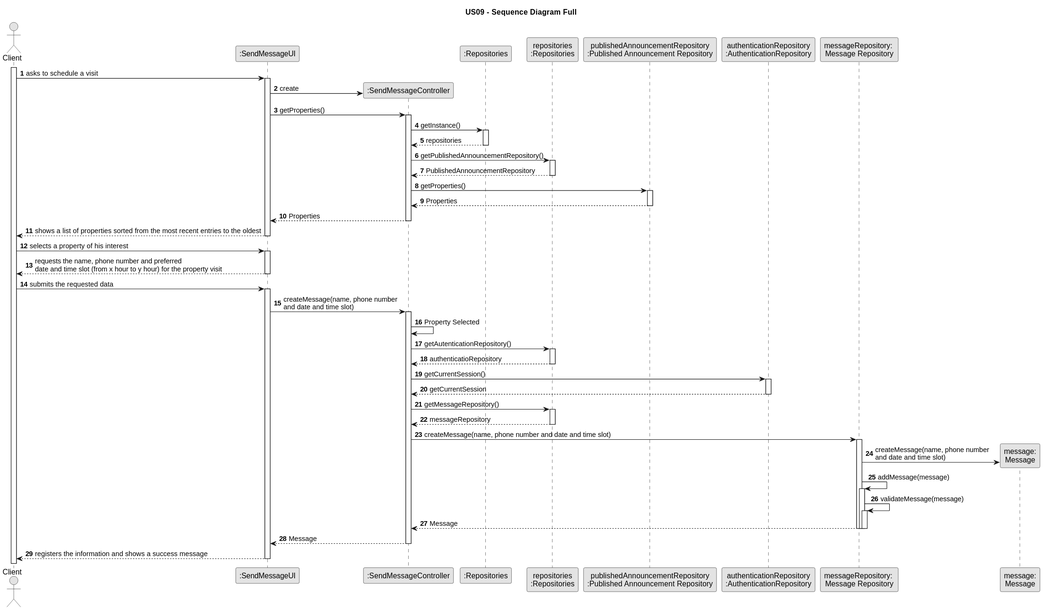
Above: docs/sprintC/US09/03.design/svg/us09-sequence-diagram-full.svg in PureNimble/ISEP-LAPR2 (PlantUML), before the change.
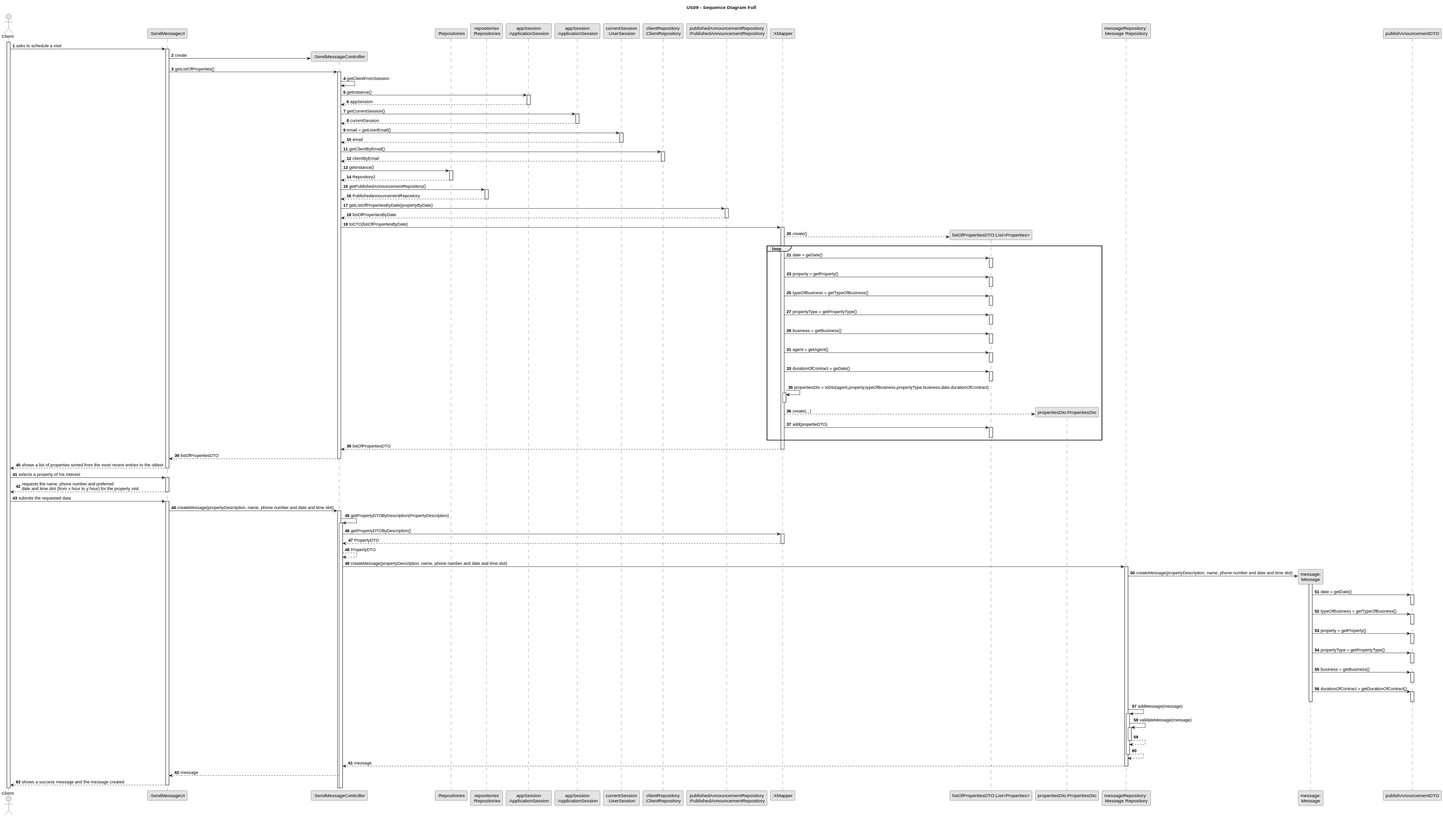
The same diagram one commit later.

The edit, as a diff of the source:
```diff
@@ -12,10 +12,17 @@
 participant ":SendMessageController" as CTRL
 participant ":Repositories" as Repository
 participant "repositories\n:Repositories" as Repository2
-participant "publishedAnnouncementRepository\n:Published Announcement Repository" as publishedAnnouncementRepository
-participant "authenticationRepository\n:AuthenticationRepository" as AuthenticationRepository
+participant "appSession\n:ApplicationSession" as app
+participant "appSession\n:ApplicationSession" as App
+participant "currentSession\n:UserSession" as User
+participant "clientRepository\n:ClientRepository" as ClientRepository
+participant "publishedAnnouncementRepository\n:PublishedAnnouncementRepository" as publish
+participant ":XMapper" as XMapper
+participant "listOfPropertiesDTO:List<Properties>" as listProperties
+participant "propertiesDto:PropertiesDto" as PropertiesDto
 participant "messageRepository: \nMessage Repository" as messageRepository
 participant "message:\nMessage" as message
+
 
 autonumber
 
@@ -26,94 +33,192 @@
 
         UI -> CTRL** : create
 
-
-        UI -> CTRL : getProperties()
+        UI -> CTRL : getListOfProperties()
             activate CTRL
 
-            CTRL -> Repository : getInstance()
-                            activate Repository
+            CTRL -> CTRL: getClientFromSession
 
-                        Repository --> CTRL : repositories
-                            deactivate Repository
+            CTRL -> app: getInstance()
+            activate app
 
+            app --> CTRL:appSession
+            deactivate app
 
-            CTRL -> Repository2 : getPublishedAnnouncementRepository()
-                activate Repository2
+            CTRL -> App :getCurrentSession()
+            activate App
 
-            Repository2 --> CTRL : PublishedAnnouncementRepository
-                deactivate Repository2
+            App --> CTRL:currentSession
+            deactivate App
 
-            CTRL -> publishedAnnouncementRepository : getProperties()
+            CTRL -> User :email = getUserEmail()
+            activate User
 
-                activate publishedAnnouncementRepository
+            User --> CTRL:email
+            deactivate User
 
-            publishedAnnouncementRepository --> CTRL : Properties
+            CTRL ->ClientRepository:getClientByEmail()
+            activate ClientRepository
 
-                deactivate publishedAnnouncementRepository
-
-        CTRL --> UI : Properties
-
-            deactivate CTRL
-
-    UI --> Client: shows a list of properties sorted from the most recent entries to the oldest
-        deactivate UI
-
-    Client -> UI: selects a property of his interest
-        activate UI
+            ClientRepository --> CTRL:clientByEmail
+            deactivate ClientRepository
 
 
 
+            CTRL -> Repository: getInstance()
+            activate Repository
 
-    UI --> Client: requests the name, phone number and preferred \ndate and time slot (from x hour to y hour) for the property visit
-        deactivate UI
+            Repository --> CTRL: Repository2
+            deactivate Repository
 
-    Client -> UI: submits the requested data
-        activate UI
+            CTRL -> Repository2: getPublishedAnnouncementRepository()
+            activate Repository2
 
-    UI -> CTRL: createMessage(name, phone number \nand date and time slot)
-        activate CTRL
+            Repository2 --> CTRL:PublishedannouncementRepository
+            deactivate Repository2
+
+            CTRL -> publish:getListOfPropertiesByDate(propertyByDate)
+            activate publish
+
+            publish --> CTRL:listOfPropertiesByDate
+            deactivate publish
+
+            CTRL -> XMapper: toDTO(listOfPropertiesByDate)
+            activate XMapper
+
+            XMapper --> listProperties**: create()
+
+            loop
 
 
+            XMapper -> listProperties: date = geDate()
+                        activate listProperties
 
-    CTRL ->CTRL: Property Selected
+            XMapper -[hidden]> listProperties
+            deactivate listProperties
 
-    CTRL -> Repository2 : getAutenticationRepository()
-    activate Repository2
+            XMapper -> listProperties: property = getProperty()
+            activate listProperties
 
-    Repository2 --> CTRL : authenticatioRepository
-    deactivate Repository2
+            XMapper -[hidden]> listProperties
+            deactivate listProperties
 
-    CTRL -> AuthenticationRepository : getCurrentSession()
-    activate AuthenticationRepository
+            XMapper -> listProperties: typeOfBusiness = getTypeOfBusiness()
+            activate listProperties
 
-    AuthenticationRepository --> CTRL : getCurrentSession
-    deactivate AuthenticationRepository
+            XMapper -[hidden]> listProperties
+            deactivate listProperties
 
-        CTRL -> Repository2 : getMessageRepository()
-            activate Repository2
+            XMapper -> listProperties: propertyType = getPropertyType()
+            activate listProperties
 
-        Repository2 --> CTRL : messageRepository
-            deactivate Repository2
+            XMapper -[hidden]> listProperties
+            deactivate listProperties
 
-            CTRL -> messageRepository : createMessage(name, phone number and date and time slot)
-                activate messageRepository
+            XMapper -> listProperties: business = getBusiness()
+            activate listProperties
 
-                messageRepository -> message** : createMessage(name, phone number \nand date and time slot)
+            XMapper -[hidden]> listProperties
+            deactivate listProperties
 
-                messageRepository -> messageRepository : addMessage(message)
-                activate messageRepository
+            XMapper -> listProperties :agent = getAgent()
+            activate listProperties
 
-                messageRepository -> messageRepository : validateMessage(message)
-                activate messageRepository
+            XMapper -[hidden]> listProperties
+            deactivate listProperties
 
-                messageRepository --> CTRL : Message
-                deactivate messageRepository
-                deactivate messageRepository
-                deactivate messageRepository
+            XMapper -> listProperties: durationOfContract = geDate()
+            activate listProperties
 
-           CTRL --> UI : Message
-           deactivate CTRL
+            XMapper -[hidden]> listProperties
+            deactivate listProperties
 
-    UI --> Client: registers the information and shows a success message
-        deactivate UI
+            XMapper -> XMapper : propertiesDto = toDto(agent,property,typeOfBusiness,propertyType,business,date,durationOfContract)
+            activate XMapper
+
+            deactivate XMapper
+
+            XMapper --> PropertiesDto**: create(...)
+
+            XMapper -> listProperties: add(propertieDTO)
+            activate listProperties
+
+            deactivate listProperties
+            end
+
+            XMapper --> CTRL: listOfPropertiesDTO
+            deactivate XMapper
+            CTRL --> UI:listOfPropertiesDTO
+            deactivate CTRL
+
+                 UI --> Client : shows a list of properties sorted from the most recent entries to the oldest
+                    deactivate UI
+
+              Client -> UI: selects a property of his interest
+                    activate UI
+
+               UI --> Client: requests the name, phone number and preferred \ndate and time slot (from x hour to y hour) for the property visit
+                    deactivate UI
+
+               Client -> UI: submits the requested data
+                       activate UI
+
+               UI -> CTRL:createMessage(propertyDescription, name, phone number and date and time slot)
+               activate CTRL
+
+               CTRL -> CTRL:getPropertyDTOByDescription(PropertyDescription)
+               activate CTRL
+
+
+               CTRL -> XMapper :getPropertyDTOByDescription()
+               activate XMapper
+
+               XMapper --> CTRL:PropertyDTO
+               deactivate XMapper
+
+               CTRL--> CTRL:PropertyDTO
+
+               CTRL -> messageRepository:createMessage(propertyDescription, name, phone number and date and time slot)
+               activate messageRepository
+
+               messageRepository -> message** : createMessage(propertyDescription, name, phone number and date and time slot)
+               activate message
+               message -> publishAnouncementDTO:date = getDate()
+               activate publishAnouncementDTO
+               deactivate publishAnouncementDTO
+               message -> publishAnouncementDTO:typeOfBusiness = getTypeOfBusiness()
+               activate publishAnouncementDTO
+               deactivate publishAnouncementDTO
+               message -> publishAnouncementDTO:property = getProperty()
+               activate publishAnouncementDTO
+               deactivate publishAnouncementDTO
+               message -> publishAnouncementDTO:propertyType = getPropertyType()
+               activate publishAnouncementDTO
+               deactivate publishAnouncementDTO
+               message -> publishAnouncementDTO:business = getBusiness()
+               activate publishAnouncementDTO
+               deactivate publishAnouncementDTO
+               message -> publishAnouncementDTO:durationOfContract = getDurationOfContract()
+               activate publishAnouncementDTO
+               deactivate publishAnouncementDTO
+
+               deactivate message
+                            messageRepository -> messageRepository : addMessage(message)
+                            activate messageRepository
+
+                            messageRepository -> messageRepository : validateMessage(message)
+                             activate messageRepository
+                              messageRepository --> messageRepository
+                              deactivate messageRepository
+                               messageRepository--> messageRepository
+                               deactivate messageRepository
+
+
+               messageRepository --> CTRL:message
+               deactivate messageRepository
+
+               CTRL --> UI:message
+
+
+                       UI --> Client : shows a success message and the message created
+                   deactivate UI
 @enduml
```
